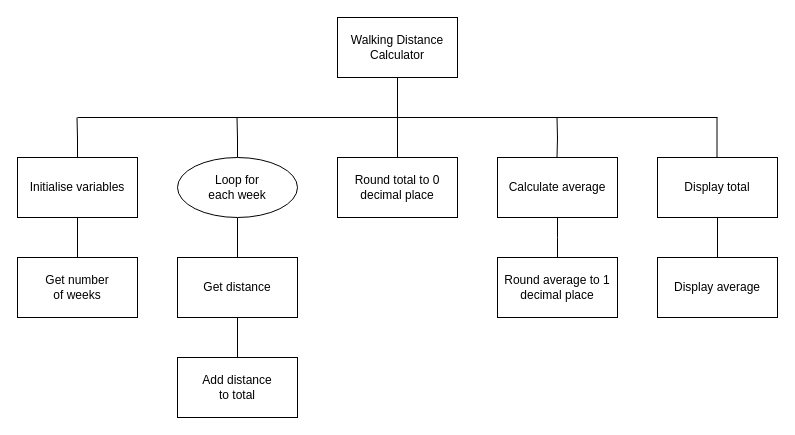
MrFriendCS/MrFriendCS.github.io keeps this draw.io diagram as page "sd2" (1 of 4) of n5-cs/sdd/N5-SDD-Walking/assets/N5 SDD Walking.drawio. Above is the earlier version. Source tidied: cells renumbered, new cells numbered last; positions are measured from the earlier drawing's top-left corner, leaving out a move shared by most shapes. Both pictures are drawn from the tidied source at 100%, with x=0, y=0 at pixel (17, 17).
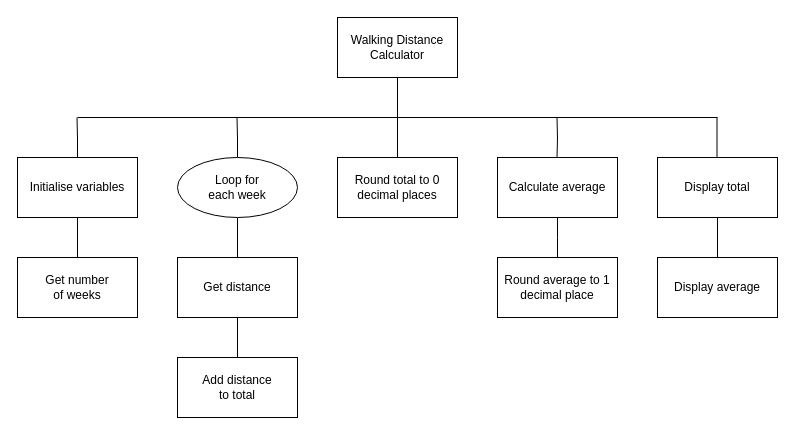
After the change.

What changed in the source:
```diff
@@
-    <mxCell id="14" value="Round total to 0 decimal place" style="rounded=0;whiteSpace=wrap;html=1;" parent="1" vertex="1">
+    <mxCell id="14" value="Round total to 0 decimal places" style="rounded=0;whiteSpace=wrap;html=1;" parent="1" vertex="1">
       <mxGeometry x="320" y="140" width="120" height="60" as="geometry" />
     </mxCell>
```
